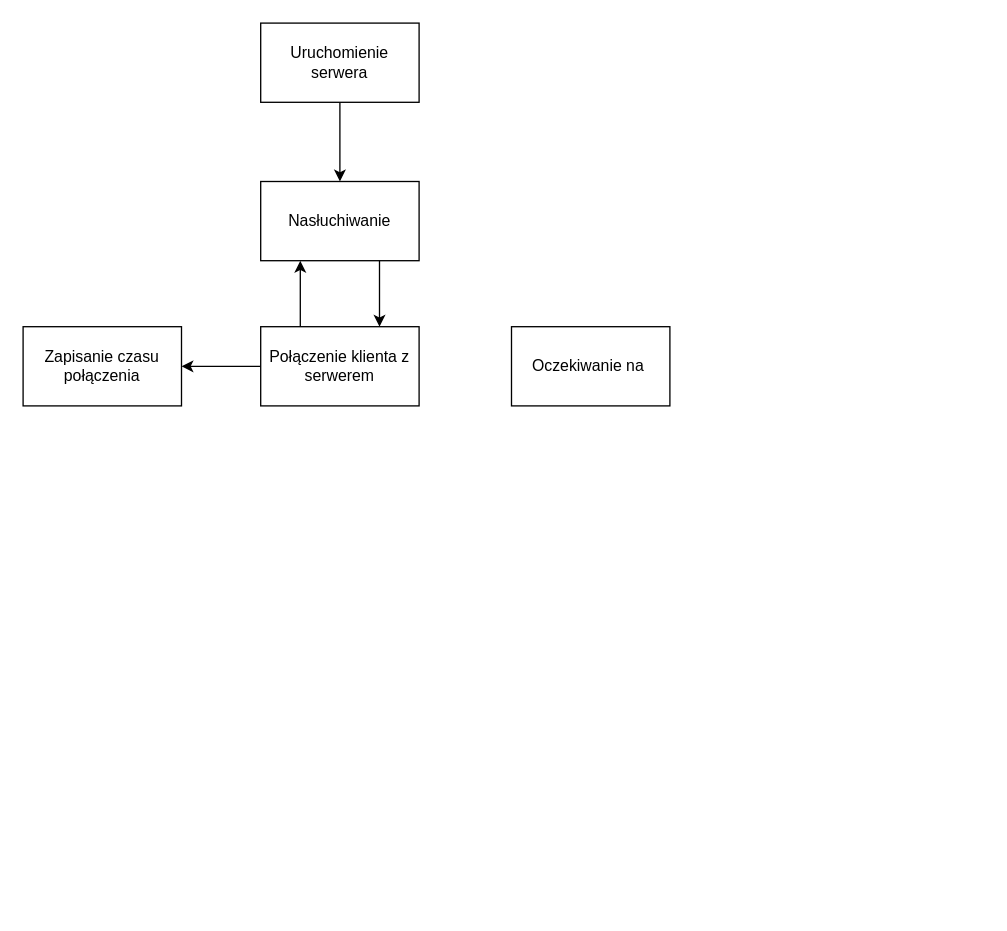
Before: schemat.drawio in janmdev/IO-asynctcpserver, a draw.io diagram. Source tidied: cells renumbered, new cells numbered last; positions are measured from the earlier drawing's top-left corner, leaving out a move shared by most shapes. Both pictures are drawn from the tidied source at 132%, with x=0, y=0 at pixel (22, 22).
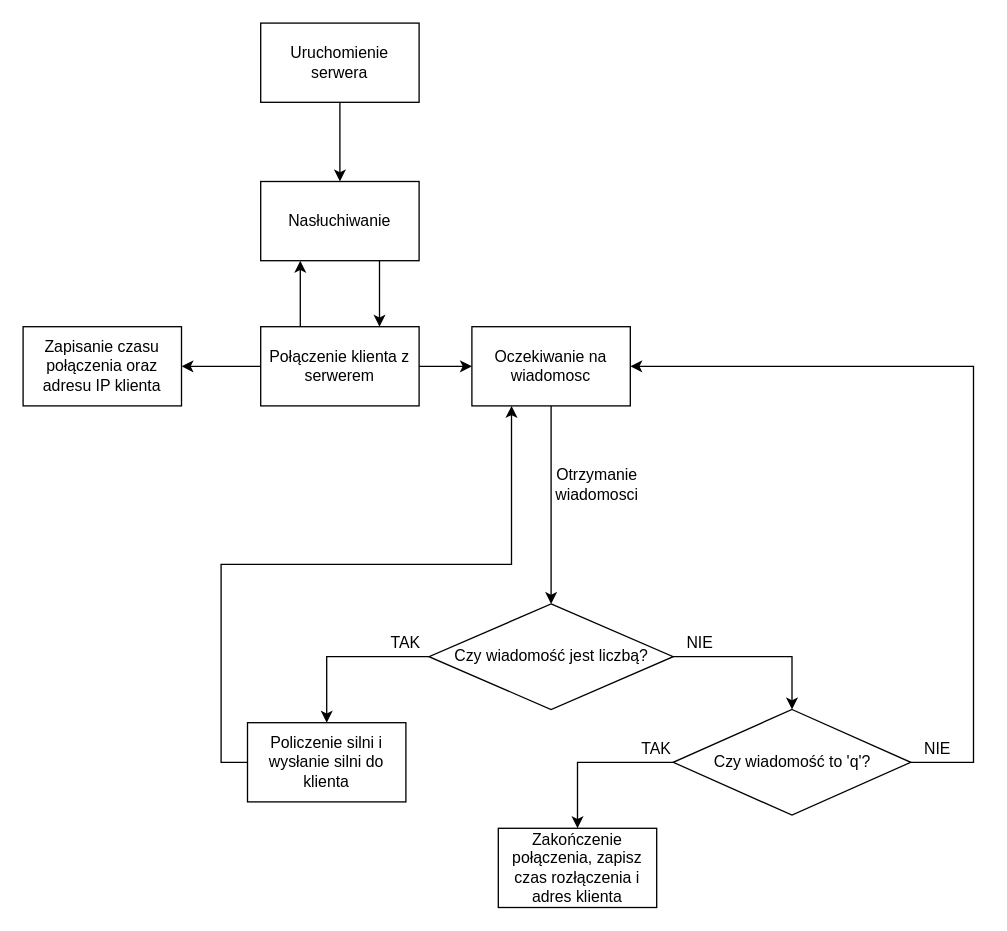
After the change.

Commit message (it also covers changes not shown here):
dodanie schematu

Unchanged cells that the change refers to:
```xml
<mxCell id="6" value="Połączenie klienta z serwerem" style="rounded=0;whiteSpace=wrap;html=1;" parent="1" vertex="1">
  <mxGeometry x="180" y="230" width="120" height="60" as="geometry" />
</mxCell>
```

The edit, as a diff of the source:
```diff
@@
+    <mxCell id="11" style="edgeStyle=orthogonalEdgeStyle;rounded=0;jettySize=auto;html=1;exitX=1;exitY=0.5;exitDx=0;exitDy=0;entryX=0;entryY=0.5;entryDx=0;entryDy=0;" parent="1" edge="1" source="6" target="10">
+      <mxGeometry relative="1" as="geometry" />
+    </mxCell>
@@
-    <mxCell id="9" value="Zapisanie czasu połączenia" style="rounded=0;whiteSpace=wrap;html=1;" parent="1" vertex="1">
+    <mxCell id="9" value="Zapisanie czasu połączenia oraz adresu IP klienta" style="rounded=0;whiteSpace=wrap;html=1;" parent="1" vertex="1">
       <mxGeometry y="230" width="120" height="60" as="geometry" />
     </mxCell>
+    <mxCell id="12" style="edgeStyle=orthogonalEdgeStyle;rounded=0;jettySize=auto;html=1;exitX=0.5;exitY=1;exitDx=0;exitDy=0;entryX=0.5;entryY=0;entryDx=0;entryDy=0;" parent="1" edge="1" source="10" target="16">
+      <mxGeometry relative="1" as="geometry" />
+    </mxCell>
-    <mxCell id="10" value="Oczekiwanie na&amp;nbsp;" style="rounded=0;whiteSpace=wrap;html=1;" parent="1" vertex="1">
-      <mxGeometry x="370" y="230" width="120" height="60" as="geometry" />
+    <mxCell id="10" value="Oczekiwanie na wiadomosc" style="rounded=0;whiteSpace=wrap;html=1;" parent="1" vertex="1">
+      <mxGeometry x="340" y="230" width="120" height="60" as="geometry" />
     </mxCell>
+    <mxCell id="13" value="Otrzymanie wiadomosci" style="text;html=1;strokeColor=none;fillColor=none;align=center;verticalAlign=middle;whiteSpace=wrap;rounded=0;" parent="1" vertex="1">
+      <mxGeometry x="400" y="330" width="70" height="40" as="geometry" />
+    </mxCell>
+    <mxCell id="14" style="edgeStyle=orthogonalEdgeStyle;rounded=0;jettySize=auto;html=1;exitX=1;exitY=0.5;exitDx=0;exitDy=0;entryX=0.5;entryY=0;entryDx=0;entryDy=0;" parent="1" edge="1" source="16" target="19">
+      <mxGeometry relative="1" as="geometry" />
+    </mxCell>
+    <mxCell id="15" style="edgeStyle=orthogonalEdgeStyle;rounded=0;jettySize=auto;html=1;exitX=0;exitY=0.5;exitDx=0;exitDy=0;entryX=0.5;entryY=0;entryDx=0;entryDy=0;" parent="1" edge="1" source="16" target="25">
+      <mxGeometry relative="1" as="geometry" />
+    </mxCell>
+    <mxCell id="16" value="Czy wiadomość jest liczbą?" style="rhombus;whiteSpace=wrap;html=1;" parent="1" vertex="1">
+      <mxGeometry x="307.5" y="440" width="185" height="80" as="geometry" />
+    </mxCell>
+    <mxCell id="17" style="edgeStyle=orthogonalEdgeStyle;rounded=0;jettySize=auto;html=1;exitX=0;exitY=0.5;exitDx=0;exitDy=0;entryX=0.5;entryY=0;entryDx=0;entryDy=0;" parent="1" edge="1" source="19" target="21">
+      <mxGeometry relative="1" as="geometry" />
+    </mxCell>
+    <mxCell id="18" style="edgeStyle=orthogonalEdgeStyle;rounded=0;jettySize=auto;html=1;exitX=1;exitY=0.5;exitDx=0;exitDy=0;entryX=1;entryY=0.5;entryDx=0;entryDy=0;" parent="1" edge="1" source="19" target="10">
+      <mxGeometry relative="1" as="geometry">
+        <Array as="points">
+          <mxPoint x="720" y="560" />
+          <mxPoint x="720" y="260" />
+        </Array>
+      </mxGeometry>
+    </mxCell>
+    <mxCell id="19" value="Czy wiadomość to 'q'?" style="rhombus;whiteSpace=wrap;html=1;" parent="1" vertex="1">
+      <mxGeometry x="492.5" y="520" width="180" height="80" as="geometry" />
+    </mxCell>
+    <mxCell id="20" value="NIE" style="text;html=1;strokeColor=none;fillColor=none;align=center;verticalAlign=middle;whiteSpace=wrap;rounded=0;" parent="1" vertex="1">
+      <mxGeometry x="492.5" y="460" width="40" height="20" as="geometry" />
+    </mxCell>
+    <mxCell id="21" value="Zakończenie połączenia, zapisz czas rozłączenia i adres klienta" style="rounded=0;whiteSpace=wrap;html=1;" parent="1" vertex="1">
+      <mxGeometry x="360" y="610" width="120" height="60" as="geometry" />
+    </mxCell>
+    <mxCell id="22" value="TAK" style="text;html=1;strokeColor=none;fillColor=none;align=center;verticalAlign=middle;whiteSpace=wrap;rounded=0;" parent="1" vertex="1">
+      <mxGeometry x="460" y="540" width="40" height="20" as="geometry" />
+    </mxCell>
+    <mxCell id="23" value="NIE" style="text;html=1;strokeColor=none;fillColor=none;align=center;verticalAlign=middle;whiteSpace=wrap;rounded=0;" parent="1" vertex="1">
+      <mxGeometry x="672.5" y="540" width="40" height="20" as="geometry" />
+    </mxCell>
+    <mxCell id="24" style="edgeStyle=orthogonalEdgeStyle;rounded=0;jettySize=auto;html=1;exitX=0;exitY=0.5;exitDx=0;exitDy=0;entryX=0.25;entryY=1;entryDx=0;entryDy=0;" parent="1" edge="1" source="25" target="10">
+      <mxGeometry relative="1" as="geometry" />
+    </mxCell>
+    <mxCell id="25" value="Policzenie silni i wysłanie silni do klienta" style="rounded=0;whiteSpace=wrap;html=1;" parent="1" vertex="1">
+      <mxGeometry x="170" y="530" width="120" height="60" as="geometry" />
+    </mxCell>
+    <mxCell id="26" value="TAK" style="text;html=1;strokeColor=none;fillColor=none;align=center;verticalAlign=middle;whiteSpace=wrap;rounded=0;" parent="1" vertex="1">
+      <mxGeometry x="270" y="460" width="40" height="20" as="geometry" />
+    </mxCell>
```
